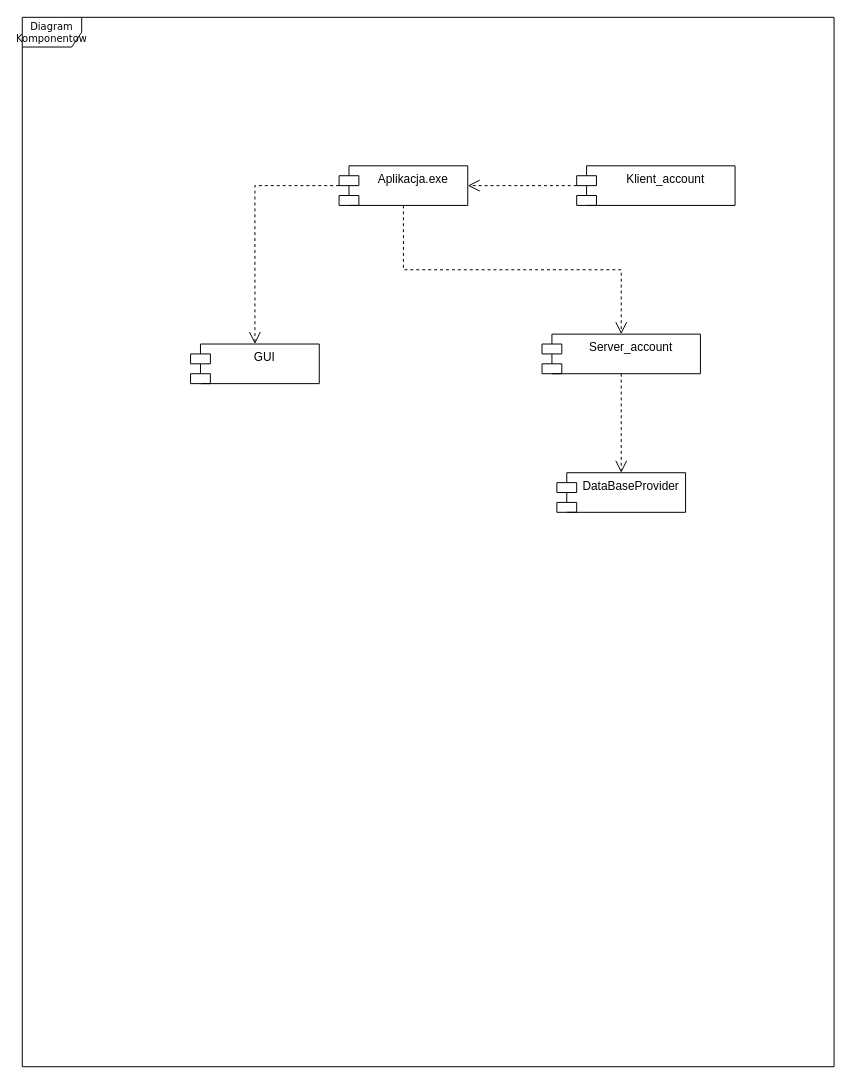
This is KomponentDiagram.drawio from aniauli/inzynieriaOprogramowania, a draw.io file, before an edit. Source tidied: cells renumbered, new cells numbered last; positions are measured from the earlier drawing's top-left corner, leaving out a move shared by most shapes. Both pictures are drawn from the tidied source at 99%, with x=0, y=0 at pixel (22, 17).
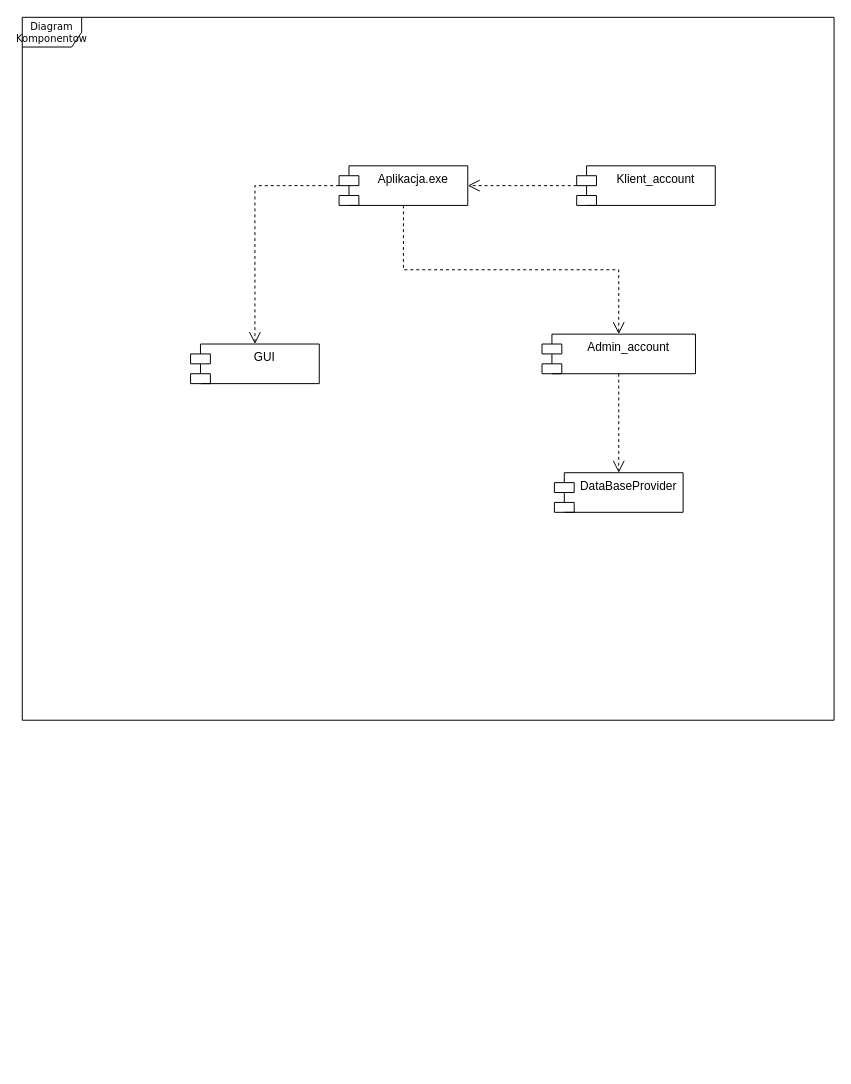
Above is the later version.

What changed in the source:
```diff
@@
 <mxGraphModel background="#ffffff">
   <root>
     <mxCell id="0" />
     <mxCell id="1" parent="0" />
     <mxCell id="2" value="Diagram&lt;br&gt;Komponentow" style="shape=umlFrame;whiteSpace=wrap;html=1;rounded=0;shadow=0;comic=0;labelBackgroundColor=none;strokeWidth=1;fontFamily=Verdana;fontSize=10;align=center;" parent="1" vertex="1">
-      <mxGeometry width="820" height="1060" as="geometry" />
+      <mxGeometry width="820" height="710" as="geometry" />
     </mxCell>
     <mxCell id="3" style="edgeStyle=orthogonalEdgeStyle;rounded=0;html=1;labelBackgroundColor=none;startFill=0;endArrow=open;endFill=0;endSize=10;fontFamily=Verdana;fontSize=10;dashed=1;exitX=0.5;exitY=1;exitDx=0;exitDy=0;" parent="1" edge="1" source="6" target="8">
       <mxGeometry relative="1" as="geometry" />
     </mxCell>
     <mxCell id="4" value="GUI" style="shape=module;align=left;spacingLeft=20;align=center;verticalAlign=top;" parent="1" vertex="1">
       <mxGeometry x="170" y="330" width="130" height="40" as="geometry" />
     </mxCell>
     <mxCell id="5" value="DataBaseProvider&#10;" style="shape=module;align=left;spacingLeft=20;align=center;verticalAlign=top;" parent="1" vertex="1">
-      <mxGeometry x="540" y="460" width="130" height="40" as="geometry" />
+      <mxGeometry x="537.5" y="460" width="130" height="40" as="geometry" />
     </mxCell>
     <mxCell id="6" value="Aplikacja.exe" style="shape=module;align=left;spacingLeft=20;align=center;verticalAlign=top;" parent="1" vertex="1">
       <mxGeometry x="320" y="150" width="130" height="40" as="geometry" />
     </mxCell>
     <mxCell id="7" style="edgeStyle=orthogonalEdgeStyle;rounded=0;html=1;labelBackgroundColor=none;startFill=0;endArrow=open;endFill=0;endSize=10;fontFamily=Verdana;fontSize=10;dashed=1;entryX=0.5;entryY=0;entryDx=0;entryDy=0;" parent="1" edge="1" source="6" target="4">
       <mxGeometry relative="1" as="geometry" />
     </mxCell>
-    <mxCell id="8" value="Server_account" style="shape=module;align=left;spacingLeft=20;align=center;verticalAlign=top;" parent="1" vertex="1">
-      <mxGeometry x="525" y="320" width="160" height="40" as="geometry" />
+    <mxCell id="8" value="Admin_account" style="shape=module;align=left;spacingLeft=20;align=center;verticalAlign=top;" parent="1" vertex="1">
+      <mxGeometry x="525" y="320" width="155" height="40" as="geometry" />
     </mxCell>
     <mxCell id="9" style="edgeStyle=orthogonalEdgeStyle;rounded=0;html=1;labelBackgroundColor=none;startFill=0;endArrow=open;endFill=0;endSize=10;fontFamily=Verdana;fontSize=10;dashed=1;entryX=0.5;entryY=0;entryDx=0;entryDy=0;" parent="1" edge="1" source="8" target="5">
       <mxGeometry relative="1" as="geometry" />
     </mxCell>
     <mxCell id="10" value="Klient_account" style="shape=module;align=left;spacingLeft=20;align=center;verticalAlign=top;" parent="1" vertex="1">
-      <mxGeometry x="560" y="150" width="160" height="40" as="geometry" />
+      <mxGeometry x="560" y="150" width="140" height="40" as="geometry" />
     </mxCell>
     <mxCell id="11" style="edgeStyle=orthogonalEdgeStyle;rounded=0;html=1;labelBackgroundColor=none;startFill=0;endArrow=open;endFill=0;endSize=10;fontFamily=Verdana;fontSize=10;dashed=1;entryX=1;entryY=0.5;entryDx=0;entryDy=0;" parent="1" edge="1" source="10" target="6">
       <mxGeometry relative="1" as="geometry" />
     </mxCell>
   </root>
 </mxGraphModel>
```
